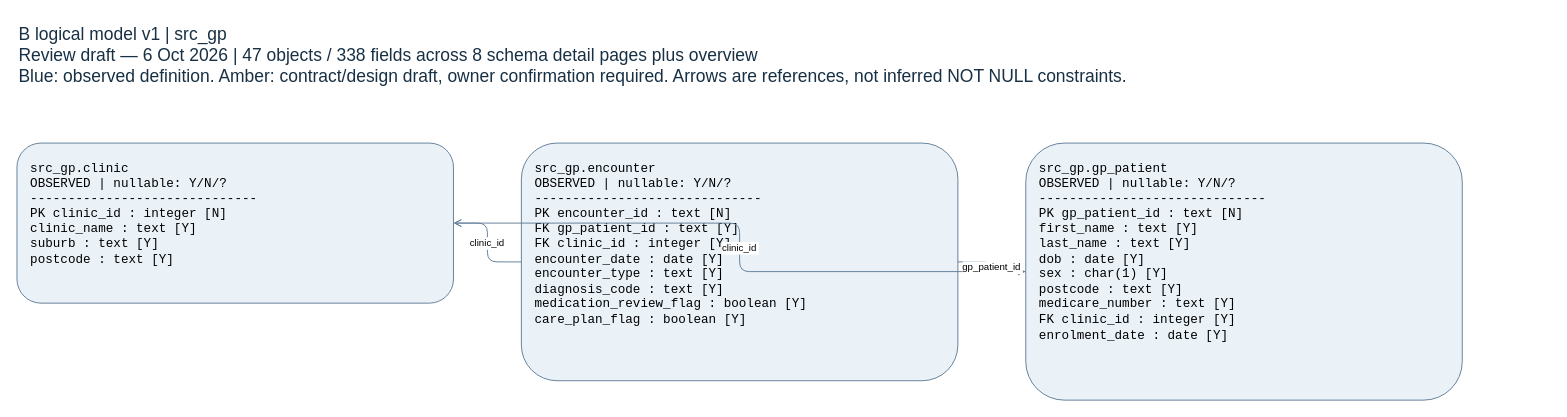
This is page "src_gp" (2 of 9) of docs/logical_model_v1.drawio from LyphardRover/glucolink-a2, a draw.io file, before an edit. Source tidied: cells renumbered, new cells numbered last; positions are measured from the earlier drawing's top-left corner, leaving out a move shared by most shapes. Both pictures are drawn from the tidied source at 97%, with x=0, y=0 at pixel (16, 16).
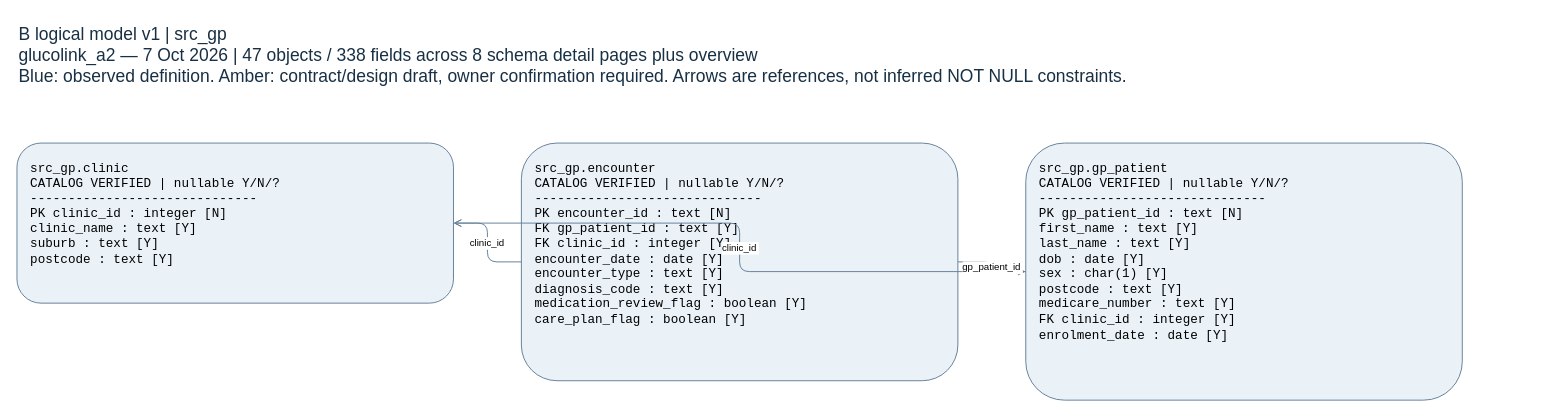
After the change.

Change to the diagram source:
```diff
@@
 <mxGraphModel>
   <root>
     <mxCell id="0" />
     <mxCell id="1" parent="0" />
-    <mxCell id="2" value="B logical model v1 | src_gp&#10;Review draft — 6 Oct 2026 | 47 objects / 338 fields across 8 schema detail pages plus overview&#10;Blue: observed definition. Amber: contract/design draft, owner confirmation required. Arrows are references, not inferred NOT NULL constraints." style="text;html=0;align=left;verticalAlign=top;fontSize=18;fontColor=#183044;" parent="1" vertex="1">
+    <mxCell id="2" value="B logical model v1 | src_gp&#10;glucolink_a2 — 7 Oct 2026 | 47 objects / 338 fields across 8 schema detail pages plus overview&#10;Blue: observed definition. Amber: contract/design draft, owner confirmation required. Arrows are references, not inferred NOT NULL constraints." style="text;html=0;align=left;verticalAlign=top;fontSize=18;fontColor=#183044;" parent="1" vertex="1">
       <mxGeometry width="1580" height="120" as="geometry" />
     </mxCell>
-    <mxCell id="3" value="src_gp.clinic&#10;OBSERVED | nullable: Y/N/?&#10;------------------------------&#10;PK clinic_id : integer [N]&#10;   clinic_name : text [Y]&#10;   suburb : text [Y]&#10;   postcode : text [Y]" style="rounded=1;whiteSpace=wrap;html=0;align=left;verticalAlign=top;spacing=14;fontFamily=Courier New;fontSize=13;fillColor=#eaf2f8;strokeColor=#66809a;" parent="1" vertex="1">
+    <mxCell id="3" value="src_gp.clinic&#10;CATALOG VERIFIED | nullable Y/N/?&#10;------------------------------&#10;PK clinic_id : integer [N]&#10;   clinic_name : text [Y]&#10;   suburb : text [Y]&#10;   postcode : text [Y]" style="rounded=1;whiteSpace=wrap;html=0;align=left;verticalAlign=top;spacing=14;fontFamily=Courier New;fontSize=13;fillColor=#eaf2f8;strokeColor=#66809a;" parent="1" vertex="1">
       <mxGeometry y="130" width="450" height="165" as="geometry" />
     </mxCell>
-    <mxCell id="4" value="src_gp.encounter&#10;OBSERVED | nullable: Y/N/?&#10;------------------------------&#10;PK encounter_id : text [N]&#10;FK gp_patient_id : text [Y]&#10;FK clinic_id : integer [Y]&#10;   encounter_date : date [Y]&#10;   encounter_type : text [Y]&#10;   diagnosis_code : text [Y]&#10;   medication_review_flag : boolean [Y]&#10;   care_plan_flag : boolean [Y]" style="rounded=1;whiteSpace=wrap;html=0;align=left;verticalAlign=top;spacing=14;fontFamily=Courier New;fontSize=13;fillColor=#eaf2f8;strokeColor=#66809a;" parent="1" vertex="1">
+    <mxCell id="4" value="src_gp.encounter&#10;CATALOG VERIFIED | nullable Y/N/?&#10;------------------------------&#10;PK encounter_id : text [N]&#10;FK gp_patient_id : text [Y]&#10;FK clinic_id : integer [Y]&#10;   encounter_date : date [Y]&#10;   encounter_type : text [Y]&#10;   diagnosis_code : text [Y]&#10;   medication_review_flag : boolean [Y]&#10;   care_plan_flag : boolean [Y]" style="rounded=1;whiteSpace=wrap;html=0;align=left;verticalAlign=top;spacing=14;fontFamily=Courier New;fontSize=13;fillColor=#eaf2f8;strokeColor=#66809a;" parent="1" vertex="1">
       <mxGeometry x="520" y="130" width="450" height="245" as="geometry" />
     </mxCell>
-    <mxCell id="5" value="src_gp.gp_patient&#10;OBSERVED | nullable: Y/N/?&#10;------------------------------&#10;PK gp_patient_id : text [N]&#10;   first_name : text [Y]&#10;   last_name : text [Y]&#10;   dob : date [Y]&#10;   sex : char(1) [Y]&#10;   postcode : text [Y]&#10;   medicare_number : text [Y]&#10;FK clinic_id : integer [Y]&#10;   enrolment_date : date [Y]" style="rounded=1;whiteSpace=wrap;html=0;align=left;verticalAlign=top;spacing=14;fontFamily=Courier New;fontSize=13;fillColor=#eaf2f8;strokeColor=#66809a;" parent="1" vertex="1">
+    <mxCell id="5" value="src_gp.gp_patient&#10;CATALOG VERIFIED | nullable Y/N/?&#10;------------------------------&#10;PK gp_patient_id : text [N]&#10;   first_name : text [Y]&#10;   last_name : text [Y]&#10;   dob : date [Y]&#10;   sex : char(1) [Y]&#10;   postcode : text [Y]&#10;   medicare_number : text [Y]&#10;FK clinic_id : integer [Y]&#10;   enrolment_date : date [Y]" style="rounded=1;whiteSpace=wrap;html=0;align=left;verticalAlign=top;spacing=14;fontFamily=Courier New;fontSize=13;fillColor=#eaf2f8;strokeColor=#66809a;" parent="1" vertex="1">
       <mxGeometry x="1040" y="130" width="450" height="265" as="geometry" />
     </mxCell>
     <mxCell id="6" value="clinic_id" style="edgeStyle=orthogonalEdgeStyle;endArrow=open;strokeColor=#66809a;fontSize=10;labelBackgroundColor=#ffffff;" parent="1" edge="1" source="5" target="3">
       <mxGeometry relative="1" as="geometry" />
     </mxCell>
     <mxCell id="7" value="gp_patient_id" style="edgeStyle=orthogonalEdgeStyle;endArrow=open;strokeColor=#66809a;fontSize=10;labelBackgroundColor=#ffffff;" parent="1" edge="1" source="4" target="5">
       <mxGeometry relative="1" as="geometry" />
     </mxCell>
     <mxCell id="8" value="clinic_id" style="edgeStyle=orthogonalEdgeStyle;endArrow=open;strokeColor=#66809a;fontSize=10;labelBackgroundColor=#ffffff;" parent="1" edge="1" source="4" target="3">
       <mxGeometry relative="1" as="geometry" />
     </mxCell>
   </root>
 </mxGraphModel>
```
